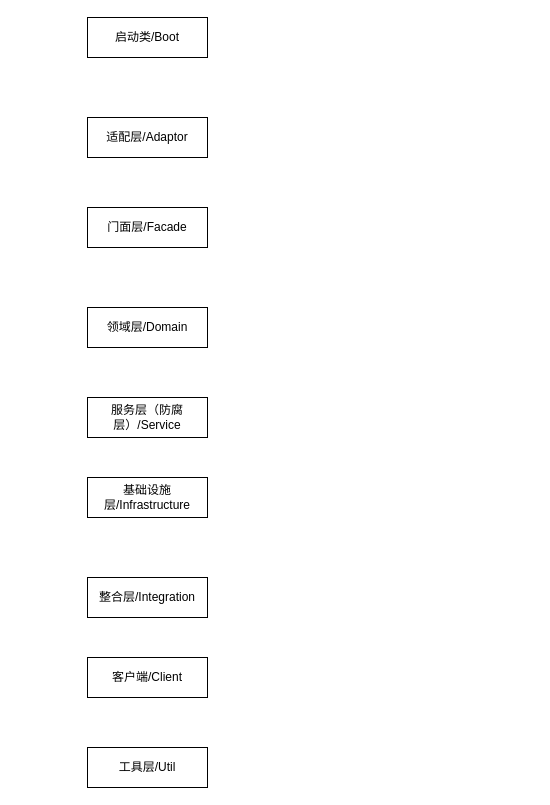
Above: 测试1.drawio in SuperKooli/demo (draw.io), before the change. Source tidied: cells renumbered, new cells numbered last; positions are measured from the earlier drawing's top-left corner, leaving out a move shared by most shapes. Both pictures are drawn from the tidied source at 100%, with x=0, y=0 at pixel (87, 17).
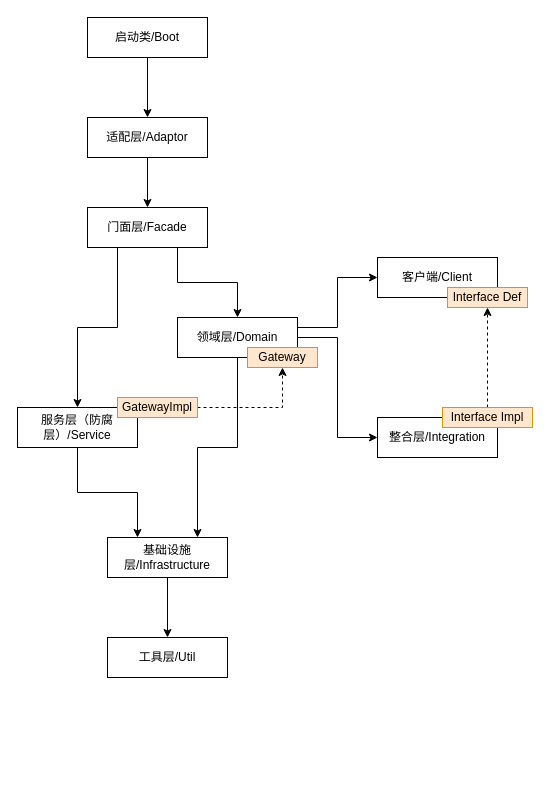
The same diagram, later.

Unchanged cells that the change refers to:
```xml
<mxCell id="2" value="适配层/Adaptor" style="rounded=0;whiteSpace=wrap;html=1;" parent="1" vertex="1">
  <mxGeometry y="100" width="120" height="40" as="geometry" />
</mxCell>
<mxCell id="3" value="门面层/Facade" style="rounded=0;whiteSpace=wrap;html=1;" parent="1" vertex="1">
  <mxGeometry y="190" width="120" height="40" as="geometry" />
</mxCell>
<mxCell id="4" value="启动类/Boot" style="rounded=0;whiteSpace=wrap;html=1;" parent="1" vertex="1">
  <mxGeometry width="120" height="40" as="geometry" />
</mxCell>
```

The edit, as a diff of the source:
```diff
@@
+    <mxCell id="11" style="edgeStyle=orthogonalEdgeStyle;rounded=0;jettySize=auto;html=1;exitX=0.5;exitY=1;exitDx=0;exitDy=0;" parent="1" edge="1" source="2" target="3">
+      <mxGeometry relative="1" as="geometry" />
+    </mxCell>
@@
+    <mxCell id="12" style="edgeStyle=orthogonalEdgeStyle;rounded=0;jettySize=auto;html=1;exitX=0.25;exitY=1;exitDx=0;exitDy=0;entryX=0.5;entryY=0;entryDx=0;entryDy=0;" parent="1" edge="1" source="3" target="6">
+      <mxGeometry relative="1" as="geometry" />
+    </mxCell>
+    <mxCell id="13" style="edgeStyle=orthogonalEdgeStyle;rounded=0;jettySize=auto;html=1;exitX=0.75;exitY=1;exitDx=0;exitDy=0;entryX=0.5;entryY=0;entryDx=0;entryDy=0;" parent="1" edge="1" source="3" target="5">
+      <mxGeometry relative="1" as="geometry" />
+    </mxCell>
@@
+    <mxCell id="14" style="edgeStyle=orthogonalEdgeStyle;rounded=0;jettySize=auto;html=1;exitX=0.5;exitY=1;exitDx=0;exitDy=0;" parent="1" edge="1" source="4" target="2">
+      <mxGeometry relative="1" as="geometry" />
+    </mxCell>
@@
+    <mxCell id="15" style="edgeStyle=orthogonalEdgeStyle;rounded=0;jettySize=auto;html=1;exitX=0.5;exitY=1;exitDx=0;exitDy=0;entryX=0.75;entryY=0;entryDx=0;entryDy=0;" parent="1" edge="1" source="5" target="7">
+      <mxGeometry relative="1" as="geometry" />
+    </mxCell>
+    <mxCell id="16" style="edgeStyle=orthogonalEdgeStyle;rounded=0;jettySize=auto;html=1;exitX=1;exitY=0.25;exitDx=0;exitDy=0;entryX=0;entryY=0.5;entryDx=0;entryDy=0;" parent="1" edge="1" source="5" target="9">
+      <mxGeometry relative="1" as="geometry" />
+    </mxCell>
+    <mxCell id="17" style="edgeStyle=orthogonalEdgeStyle;rounded=0;jettySize=auto;html=1;exitX=1;exitY=0.5;exitDx=0;exitDy=0;entryX=0;entryY=0.5;entryDx=0;entryDy=0;" parent="1" edge="1" source="5" target="8">
+      <mxGeometry relative="1" as="geometry" />
+    </mxCell>
+    <mxCell id="18" style="edgeStyle=orthogonalEdgeStyle;rounded=0;jettySize=auto;html=1;entryX=0.5;entryY=1;entryDx=0;entryDy=0;dashed=1;" parent="1" edge="1" source="23" target="25">
+      <mxGeometry relative="1" as="geometry" />
+    </mxCell>
+    <mxCell id="19" style="edgeStyle=orthogonalEdgeStyle;rounded=0;jettySize=auto;html=1;exitX=0.5;exitY=1;exitDx=0;exitDy=0;entryX=0.25;entryY=0;entryDx=0;entryDy=0;" parent="1" edge="1" source="6" target="7">
+      <mxGeometry relative="1" as="geometry" />
+    </mxCell>
+    <mxCell id="20" style="edgeStyle=orthogonalEdgeStyle;rounded=0;jettySize=auto;html=1;exitX=0.5;exitY=1;exitDx=0;exitDy=0;" parent="1" edge="1" source="7" target="10">
+      <mxGeometry relative="1" as="geometry" />
+    </mxCell>
+    <mxCell id="7" value="基础设施层/Infrastructure" style="rounded=0;whiteSpace=wrap;html=1;" parent="1" vertex="1">
+      <mxGeometry x="20" y="520" width="120" height="40" as="geometry" />
+    </mxCell>
+    <mxCell id="10" value="工具层/Util" style="rounded=0;whiteSpace=wrap;html=1;" parent="1" vertex="1">
+      <mxGeometry x="20" y="620" width="120" height="40" as="geometry" />
+    </mxCell>
+    <mxCell id="21" style="edgeStyle=orthogonalEdgeStyle;rounded=0;jettySize=auto;html=1;exitX=0.5;exitY=0;exitDx=0;exitDy=0;entryX=0.5;entryY=1;entryDx=0;entryDy=0;dashed=1;" parent="1" edge="1" source="29" target="27">
+      <mxGeometry relative="1" as="geometry" />
+    </mxCell>
+    <mxCell id="22" style="group;" parent="1" vertex="1">
+      <mxGeometry x="-70" y="380" width="180" height="50" as="geometry" />
+    </mxCell>
+    <mxCell id="6" value="服务层（防腐层）/Service" style="rounded=0;whiteSpace=wrap;html=1;" parent="22" vertex="1">
+      <mxGeometry y="10" width="120" height="40" as="geometry" />
+    </mxCell>
+    <mxCell id="23" value="GatewayImpl" style="rounded=0;whiteSpace=wrap;html=1;fillColor=#ffe6cc;strokeColor=#d79b00;" parent="22" vertex="1">
+      <mxGeometry x="100" width="80" height="20" as="geometry" />
+    </mxCell>
+    <mxCell id="24" style="group;" parent="1" vertex="1">
+      <mxGeometry x="90" y="300" width="140" height="50" as="geometry" />
+    </mxCell>
-    <mxCell id="5" value="领域层/Domain" style="rounded=0;whiteSpace=wrap;html=1;" parent="1" vertex="1">
-      <mxGeometry y="290" width="120" height="40" as="geometry" />
+    <mxCell id="5" value="领域层/Domain" style="rounded=0;whiteSpace=wrap;html=1;" parent="24" vertex="1">
+      <mxGeometry width="120" height="40" as="geometry" />
     </mxCell>
-    <mxCell id="6" value="服务层（防腐层）/Service" style="rounded=0;whiteSpace=wrap;html=1;" parent="1" vertex="1">
-      <mxGeometry y="380" width="120" height="40" as="geometry" />
-    </mxCell>
-    <mxCell id="7" value="基础设施层/Infrastructure" style="rounded=0;whiteSpace=wrap;html=1;" parent="1" vertex="1">
-      <mxGeometry y="460" width="120" height="40" as="geometry" />
-    </mxCell>
+    <mxCell id="25" value="Gateway" style="rounded=0;whiteSpace=wrap;html=1;fillColor=#ffe6cc;strokeColor=#d79b00;" parent="24" vertex="1">
+      <mxGeometry x="70" y="30" width="70" height="20" as="geometry" />
+    </mxCell>
+    <mxCell id="26" style="group;" parent="1" vertex="1">
+      <mxGeometry x="290" y="240" width="150" height="50" as="geometry" />
+    </mxCell>
+    <mxCell id="9" value="客户端/Client" style="rounded=0;whiteSpace=wrap;html=1;" parent="26" vertex="1">
+      <mxGeometry width="120" height="40" as="geometry" />
+    </mxCell>
+    <mxCell id="27" value="Interface Def" style="rounded=0;whiteSpace=wrap;html=1;fillColor=#ffe6cc;strokeColor=#d79b00;" parent="26" vertex="1">
+      <mxGeometry x="70" y="30" width="80" height="20" as="geometry" />
+    </mxCell>
+    <mxCell id="28" style="group;" parent="1" vertex="1">
+      <mxGeometry x="290" y="390" width="155" height="50" as="geometry" />
+    </mxCell>
-    <mxCell id="8" value="整合层/Integration" style="rounded=0;whiteSpace=wrap;html=1;" parent="1" vertex="1">
-      <mxGeometry y="560" width="120" height="40" as="geometry" />
+    <mxCell id="8" value="整合层/Integration" style="rounded=0;whiteSpace=wrap;html=1;" parent="28" vertex="1">
+      <mxGeometry y="10" width="120" height="40" as="geometry" />
     </mxCell>
-    <mxCell id="9" value="客户端/Client" style="rounded=0;whiteSpace=wrap;html=1;" parent="1" vertex="1">
-      <mxGeometry y="640" width="120" height="40" as="geometry" />
-    </mxCell>
-    <mxCell id="10" value="工具层/Util" style="rounded=0;whiteSpace=wrap;html=1;" parent="1" vertex="1">
-      <mxGeometry y="730" width="120" height="40" as="geometry" />
-    </mxCell>
+    <mxCell id="29" value="Interface Impl" style="rounded=0;whiteSpace=wrap;html=1;fillColor=#ffe6cc;strokeColor=#d79b00;" parent="28" vertex="1">
+      <mxGeometry x="65" width="90" height="20" as="geometry" />
+    </mxCell>
```
